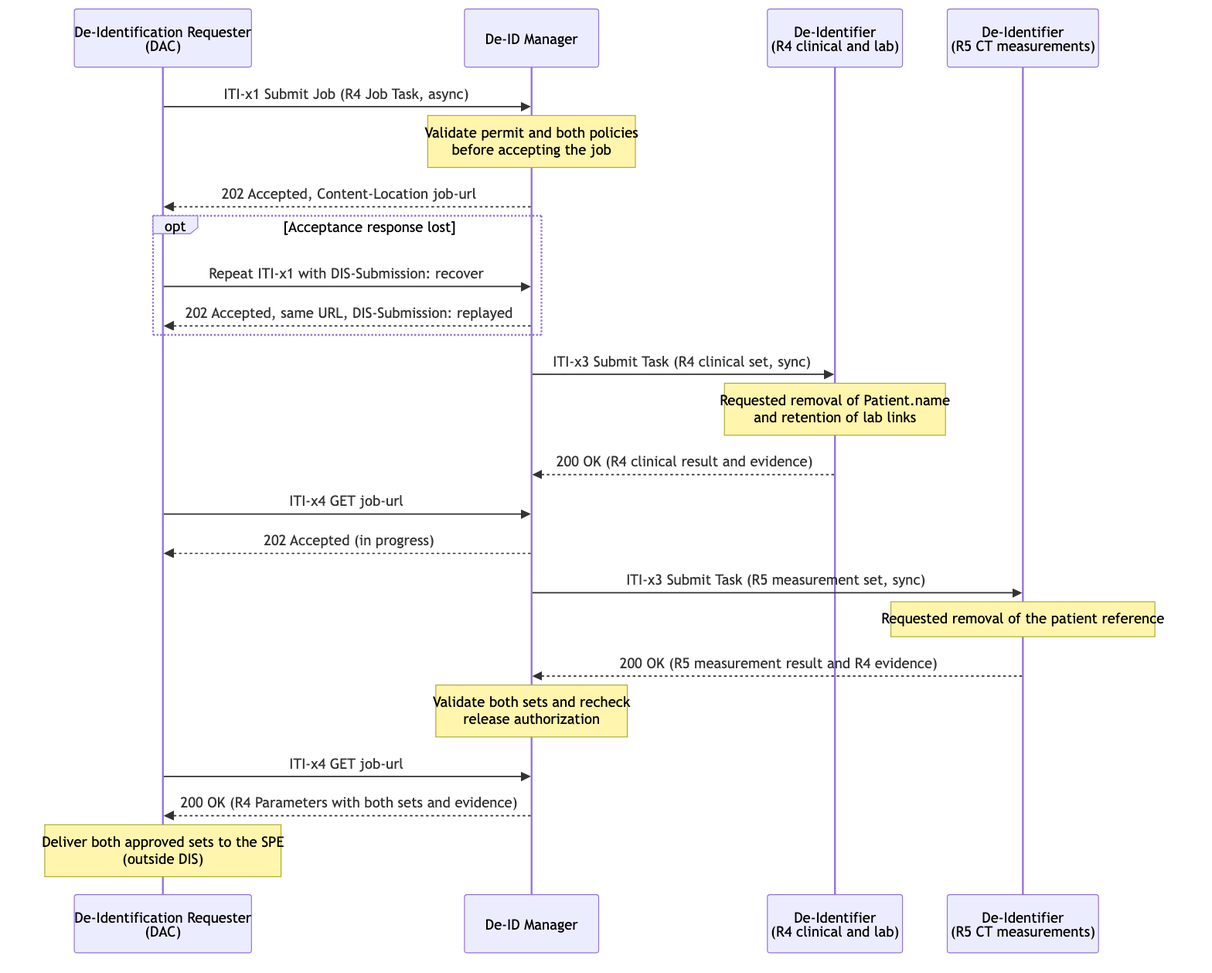
Before: input/images/dis-uc2-ai-ml-development.png, a diagram exported from Mermaid (IHE/ITI.DIS). Its source is kept beside it as input/images-source/dis-uc2-ai-ml-development.mmd.
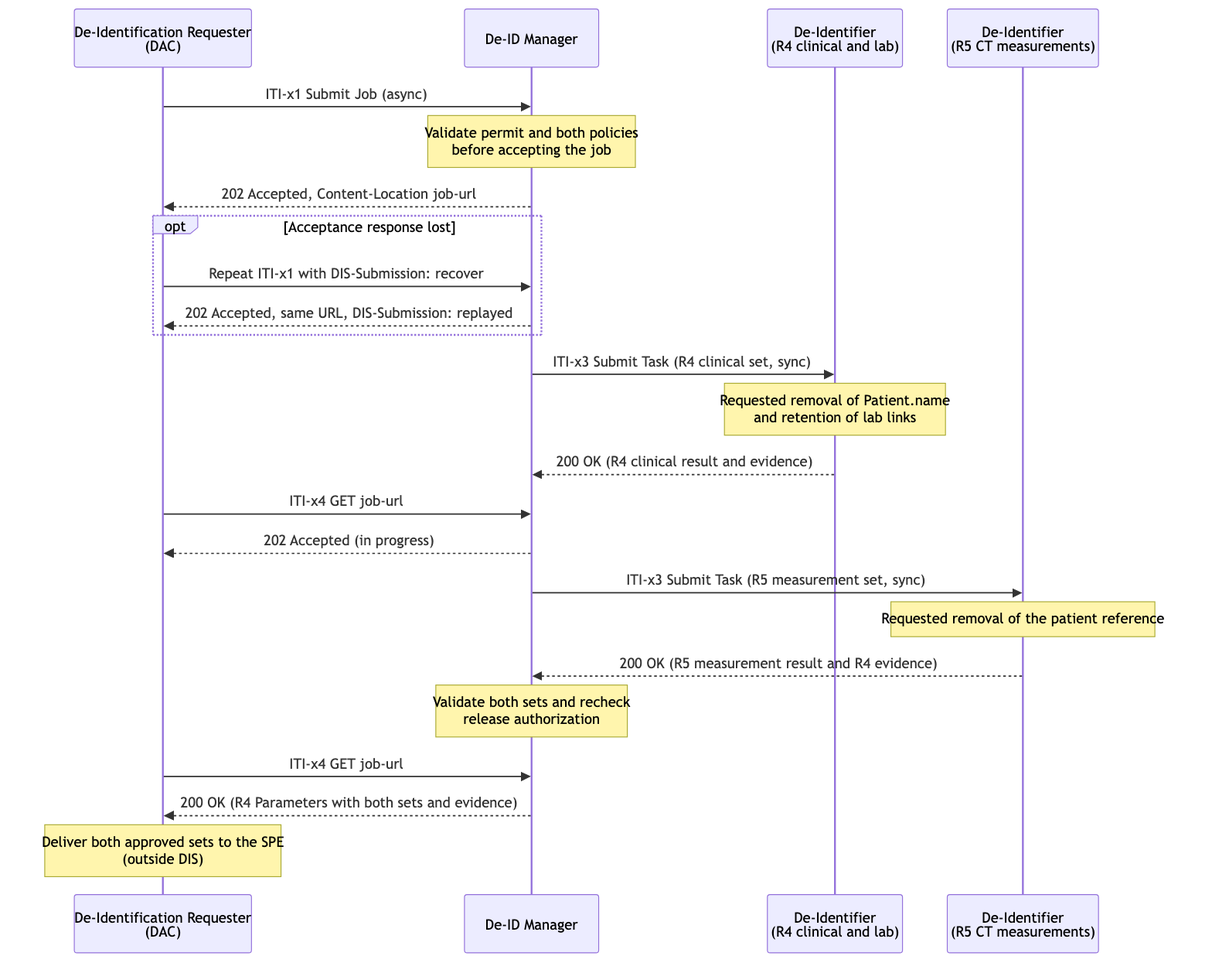
After the change.

Change to the diagram source:
```diff
@@ -4,7 +4,7 @@
     participant DI_C as De-Identifier<br/>(R4 clinical and lab)
     participant DI_I as De-Identifier<br/>(R5 CT measurements)
 
-    DAC->>MGR: ITI-x1 Submit Job (R4 Job Task, async)
+    DAC->>MGR: ITI-x1 Submit Job (async)
     Note over MGR: Validate permit and both policies<br/>before accepting the job
     MGR-->>DAC: 202 Accepted, Content-Location job-url
     opt Acceptance response lost
```
